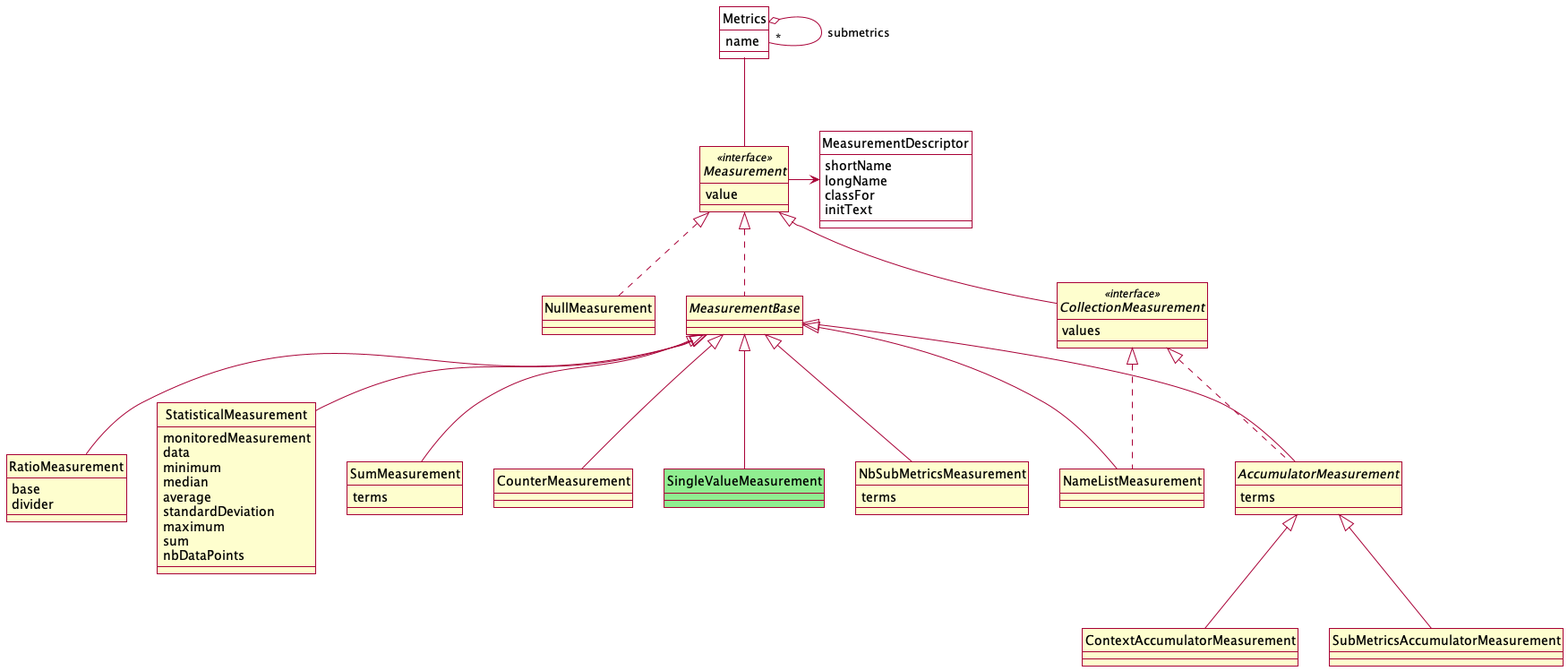
Above: images/MetricsMeasurementHierarchy.png in jeantessier/dependency-finder (PlantUML), before the change.
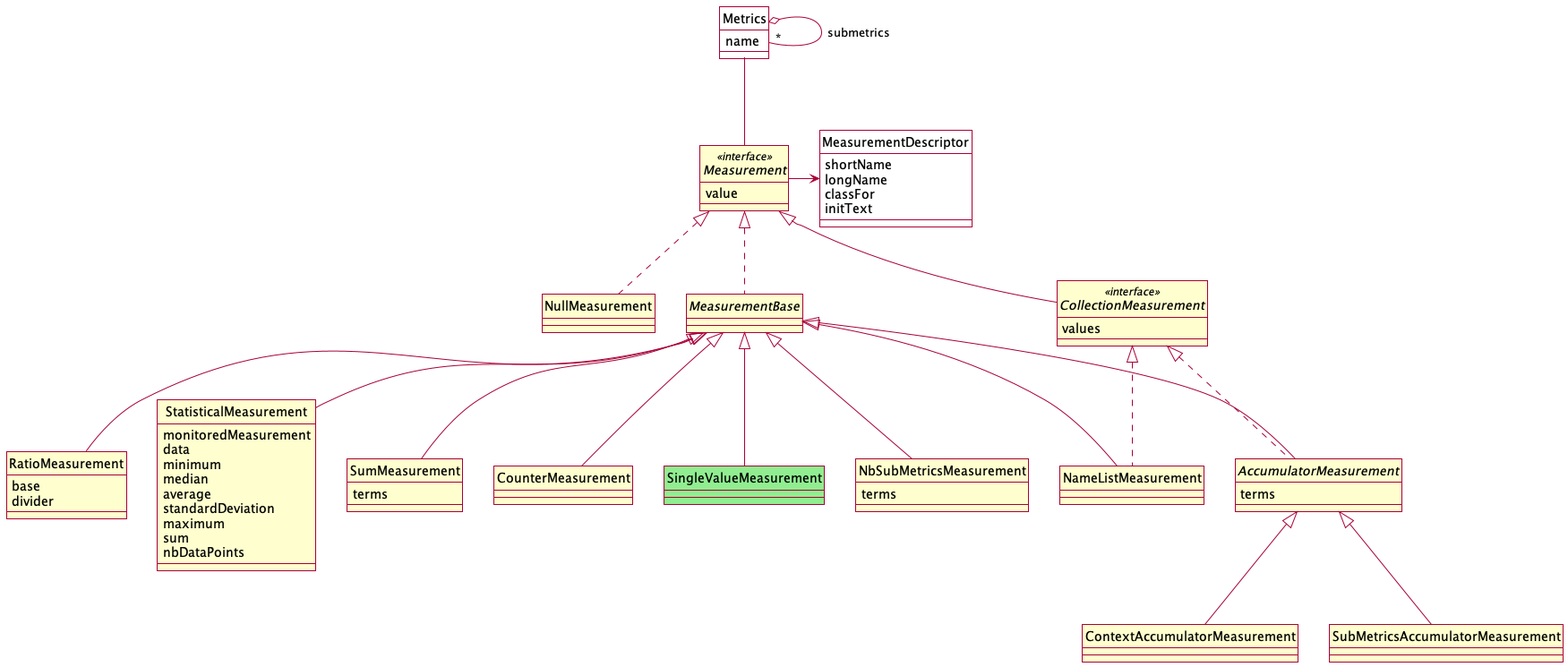
The same file after the commit.

Diff of the diagram source:
```diff
@@ -2,16 +2,16 @@
 
 skin rose
 skinparam style strictuml
-
+skinparam backgroundColor transparent
 
 interface Measurement <<interface>> {
-  value
+    value
 }
 
 Measurement <|.. NullMeasurement
 
 interface CollectionMeasurement <<interface>> {
-  values
+    values
 }
 Measurement <|-- CollectionMeasurement
 
@@ -19,7 +19,7 @@
 Measurement <|.. MeasurementBase
 
 abstract AccumulatorMeasurement {
-  terms
+    terms
 }
 MeasurementBase <|-- AccumulatorMeasurement
 CollectionMeasurement <|.. AccumulatorMeasurement
@@ -41,44 +41,44 @@
 CollectionMeasurement <|.. NameListMeasurement
 
 class NbSubMetricsMeasurement {
-  terms
+    terms
 }
 MeasurementBase <|-- NbSubMetricsMeasurement
 
 class RatioMeasurement {
-  base
-  divider
+    base
+    divider
 }
 MeasurementBase <|-- RatioMeasurement
 
 class StatisticalMeasurement {
-  monitoredMeasurement
-  data
-  minimum
-  median
-  average
-  standardDeviation
-  maximum
-  sum
-  nbDataPoints
+    monitoredMeasurement
+    data
+    minimum
+    median
+    average
+    standardDeviation
+    maximum
+    sum
+    nbDataPoints
 }
 MeasurementBase <|-- StatisticalMeasurement
 
 class SumMeasurement {
-  terms
+    terms
 }
 MeasurementBase <|-- SumMeasurement
 
-class MeasurementDescriptor #white {
-  shortName
-  longName
-  classFor
-  initText
+class MeasurementDescriptor #transparent {
+    shortName
+    longName
+    classFor
+    initText
 }
 Measurement -> MeasurementDescriptor
 
-class Metrics #white {
-  name
+class Metrics #transparent {
+    name
 }
 Metrics o- "*" Metrics : submetrics
 Metrics -- Measurement
```
